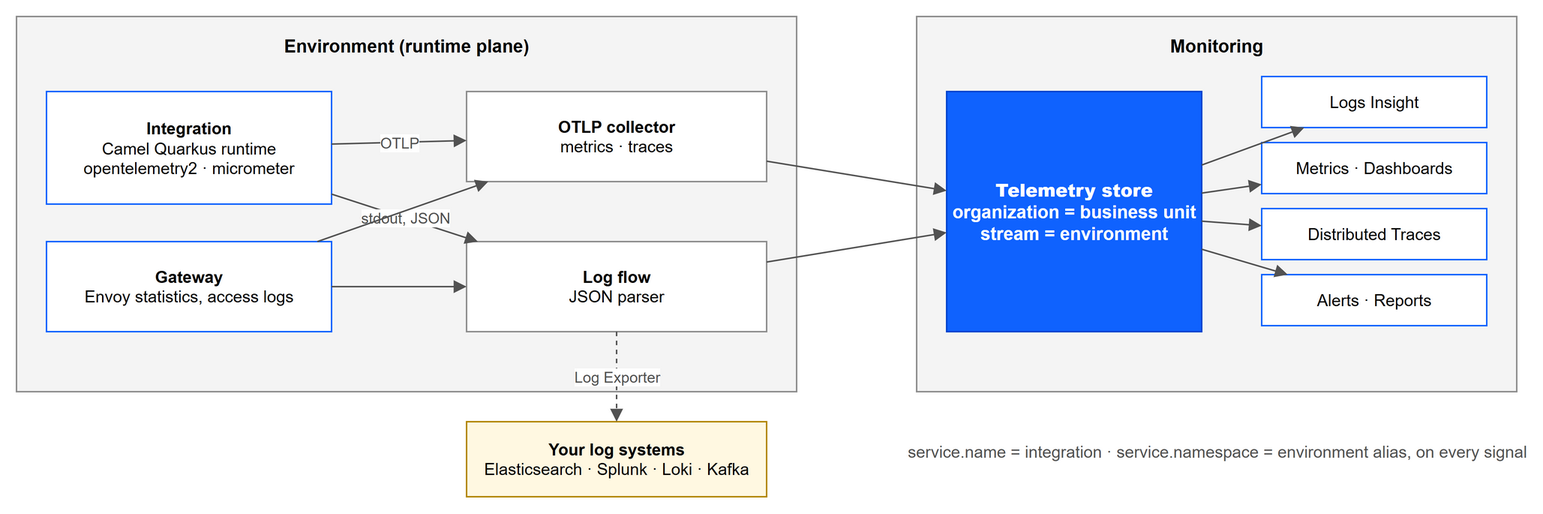
The draw.io diagram static/img/monitoring/telemetry-pipeline.drawio.png in cml-x/docs, before a commit. Source tidied: cells renumbered, new cells last; positions are measured from the earlier drawing's top-left corner, leaving out a move shared by most shapes. The source it was exported from:
```xml
<mxGraphModel>
  <root>
    <mxCell id="0" />
    <mxCell id="1" parent="0" />
    <mxCell id="2" value="Environment (runtime plane)" style="rounded=0;whiteSpace=wrap;html=1;fillColor=#f4f4f4;strokeColor=#8d8d8d;verticalAlign=top;fontSize=12;fontStyle=1;spacingTop=6;" parent="1" vertex="1">
      <mxGeometry width="520" height="250" as="geometry" />
    </mxCell>
    <mxCell id="3" value="&lt;b&gt;Integration&lt;/b&gt;&lt;br&gt;Camel Quarkus runtime&lt;br&gt;opentelemetry2 · micrometer" style="rounded=0;whiteSpace=wrap;html=1;fillColor=#ffffff;strokeColor=#0f62fe;fontSize=11;" parent="1" vertex="1">
      <mxGeometry x="20" y="50" width="190" height="75" as="geometry" />
    </mxCell>
    <mxCell id="4" value="&lt;b&gt;Gateway&lt;/b&gt;&lt;br&gt;Envoy statistics, access logs" style="rounded=0;whiteSpace=wrap;html=1;fillColor=#ffffff;strokeColor=#0f62fe;fontSize=11;" parent="1" vertex="1">
      <mxGeometry x="20" y="150" width="190" height="60" as="geometry" />
    </mxCell>
    <mxCell id="5" value="&lt;b&gt;OTLP collector&lt;/b&gt;&lt;br&gt;metrics · traces" style="rounded=0;whiteSpace=wrap;html=1;fillColor=#ffffff;strokeColor=#8d8d8d;fontSize=11;" parent="1" vertex="1">
      <mxGeometry x="300" y="50" width="200" height="60" as="geometry" />
    </mxCell>
    <mxCell id="6" value="&lt;b&gt;Log flow&lt;/b&gt;&lt;br&gt;JSON parser" style="rounded=0;whiteSpace=wrap;html=1;fillColor=#ffffff;strokeColor=#8d8d8d;fontSize=11;" parent="1" vertex="1">
      <mxGeometry x="300" y="150" width="200" height="60" as="geometry" />
    </mxCell>
    <mxCell id="7" value="Monitoring" style="rounded=0;whiteSpace=wrap;html=1;fillColor=#f4f4f4;strokeColor=#8d8d8d;verticalAlign=top;fontSize=12;fontStyle=1;spacingTop=6;" parent="1" vertex="1">
      <mxGeometry x="600" width="400" height="250" as="geometry" />
    </mxCell>
    <mxCell id="8" value="&lt;b&gt;Telemetry store&lt;/b&gt;&lt;br&gt;organization = business unit&lt;br&gt;stream = environment" style="rounded=0;whiteSpace=wrap;html=1;fillColor=#0f62fe;strokeColor=#0043ce;fontColor=#ffffff;fontSize=12;fontStyle=1;" parent="1" vertex="1">
      <mxGeometry x="620" y="50" width="170" height="160" as="geometry" />
    </mxCell>
    <mxCell id="9" value="Logs Insight" style="rounded=0;whiteSpace=wrap;html=1;fillColor=#ffffff;strokeColor=#0f62fe;fontSize=11;" parent="1" vertex="1">
      <mxGeometry x="830" y="40" width="150" height="34" as="geometry" />
    </mxCell>
    <mxCell id="10" value="Metrics · Dashboards" style="rounded=0;whiteSpace=wrap;html=1;fillColor=#ffffff;strokeColor=#0f62fe;fontSize=11;" parent="1" vertex="1">
      <mxGeometry x="830" y="84" width="150" height="34" as="geometry" />
    </mxCell>
    <mxCell id="11" value="Distributed Traces" style="rounded=0;whiteSpace=wrap;html=1;fillColor=#ffffff;strokeColor=#0f62fe;fontSize=11;" parent="1" vertex="1">
      <mxGeometry x="830" y="128" width="150" height="34" as="geometry" />
    </mxCell>
    <mxCell id="12" value="Alerts · Reports" style="rounded=0;whiteSpace=wrap;html=1;fillColor=#ffffff;strokeColor=#0f62fe;fontSize=11;" parent="1" vertex="1">
      <mxGeometry x="830" y="172" width="150" height="34" as="geometry" />
    </mxCell>
    <mxCell id="13" value="OTLP" style="endArrow=block;html=1;rounded=0;strokeColor=#525252;fontSize=10;fontColor=#525252;labelBackgroundColor=#ffffff;" parent="1" edge="1" source="3" target="5">
      <mxGeometry relative="1" as="geometry" />
    </mxCell>
    <mxCell id="14" value="stdout, JSON" style="endArrow=block;html=1;rounded=0;strokeColor=#525252;fontSize=10;fontColor=#525252;labelBackgroundColor=#ffffff;" parent="1" edge="1" source="3" target="6">
      <mxGeometry relative="1" as="geometry" />
    </mxCell>
    <mxCell id="15" style="endArrow=block;html=1;rounded=0;strokeColor=#525252;fontSize=10;fontColor=#525252;labelBackgroundColor=#ffffff;" parent="1" edge="1" source="4" target="5">
      <mxGeometry relative="1" as="geometry" />
    </mxCell>
    <mxCell id="16" style="endArrow=block;html=1;rounded=0;strokeColor=#525252;fontSize=10;fontColor=#525252;labelBackgroundColor=#ffffff;" parent="1" edge="1" source="4" target="6">
      <mxGeometry relative="1" as="geometry" />
    </mxCell>
    <mxCell id="17" style="endArrow=block;html=1;rounded=0;strokeColor=#525252;fontSize=10;fontColor=#525252;labelBackgroundColor=#ffffff;" parent="1" edge="1" source="5" target="8">
      <mxGeometry relative="1" as="geometry" />
    </mxCell>
    <mxCell id="18" style="endArrow=block;html=1;rounded=0;strokeColor=#525252;fontSize=10;fontColor=#525252;labelBackgroundColor=#ffffff;" parent="1" edge="1" source="6" target="8">
      <mxGeometry relative="1" as="geometry" />
    </mxCell>
    <mxCell id="19" style="endArrow=block;html=1;rounded=0;strokeColor=#525252;fontSize=10;fontColor=#525252;labelBackgroundColor=#ffffff;" parent="1" edge="1" source="8" target="9">
      <mxGeometry relative="1" as="geometry" />
    </mxCell>
    <mxCell id="20" style="endArrow=block;html=1;rounded=0;strokeColor=#525252;fontSize=10;fontColor=#525252;labelBackgroundColor=#ffffff;" parent="1" edge="1" source="8" target="10">
      <mxGeometry relative="1" as="geometry" />
    </mxCell>
    <mxCell id="21" style="endArrow=block;html=1;rounded=0;strokeColor=#525252;fontSize=10;fontColor=#525252;labelBackgroundColor=#ffffff;" parent="1" edge="1" source="8" target="11">
      <mxGeometry relative="1" as="geometry" />
    </mxCell>
    <mxCell id="22" style="endArrow=block;html=1;rounded=0;strokeColor=#525252;fontSize=10;fontColor=#525252;labelBackgroundColor=#ffffff;" parent="1" edge="1" source="8" target="12">
      <mxGeometry relative="1" as="geometry" />
    </mxCell>
    <mxCell id="23" value="&lt;b&gt;Your log systems&lt;/b&gt;&lt;br&gt;Elasticsearch · Splunk · Loki · Kafka" style="rounded=0;whiteSpace=wrap;html=1;fillColor=#fff8e1;strokeColor=#b28600;fontSize=11;" parent="1" vertex="1">
      <mxGeometry x="300" y="270" width="200" height="50" as="geometry" />
    </mxCell>
    <mxCell id="24" value="Log Exporter" style="endArrow=block;html=1;rounded=0;strokeColor=#525252;fontSize=10;fontColor=#525252;labelBackgroundColor=#ffffff;dashed=1;" parent="1" edge="1" source="6" target="23">
      <mxGeometry relative="1" as="geometry" />
    </mxCell>
    <mxCell id="25" value="service.name = integration · service.namespace = environment alias, on every signal" style="text;html=1;align=center;verticalAlign=middle;fontSize=11;fontColor=#525252;" parent="1" vertex="1">
      <mxGeometry x="600" y="270" width="400" height="40" as="geometry" />
    </mxCell>
  </root>
</mxGraphModel>
```
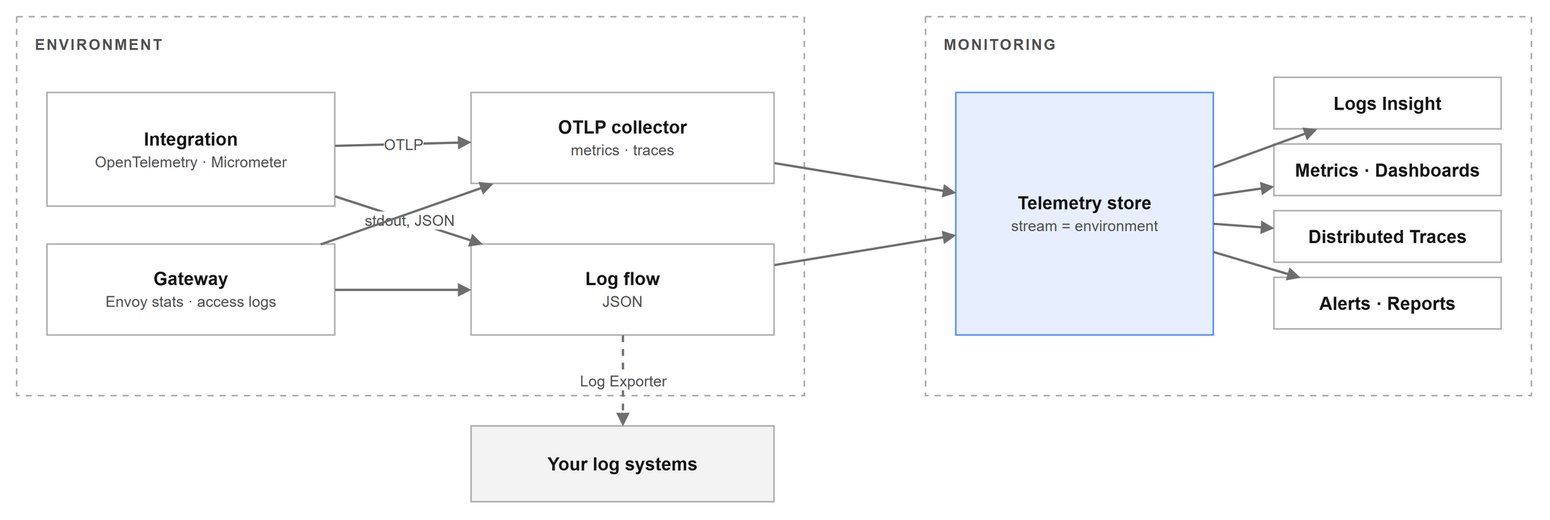
Above is the later version.

Diff of the diagram source:
```diff
@@ -1,78 +1,75 @@
-<mxGraphModel>
+<mxGraphModel background="#FFFFFF">
   <root>
     <mxCell id="0" />
     <mxCell id="1" parent="0" />
-    <mxCell id="2" value="Environment (runtime plane)" style="rounded=0;whiteSpace=wrap;html=1;fillColor=#f4f4f4;strokeColor=#8d8d8d;verticalAlign=top;fontSize=12;fontStyle=1;spacingTop=6;" parent="1" vertex="1">
+    <mxCell id="2" value="&lt;span style=&quot;font-size:10px;color:#525252;letter-spacing:1px&quot;&gt;&lt;b&gt;ENVIRONMENT&lt;/b&gt;&lt;/span&gt;" style="rounded=0;whiteSpace=wrap;html=1;strokeWidth=1;fontColor=#161616;fontSize=12;fillColor=none;strokeColor=#A8A8A8;dashed=1;dashPattern=4 4;verticalAlign=top;align=left;spacingLeft=10;spacingTop=4;" parent="1" vertex="1">
       <mxGeometry width="520" height="250" as="geometry" />
     </mxCell>
-    <mxCell id="3" value="&lt;b&gt;Integration&lt;/b&gt;&lt;br&gt;Camel Quarkus runtime&lt;br&gt;opentelemetry2 · micrometer" style="rounded=0;whiteSpace=wrap;html=1;fillColor=#ffffff;strokeColor=#0f62fe;fontSize=11;" parent="1" vertex="1">
+    <mxCell id="3" value="&lt;b&gt;Integration&lt;/b&gt;&lt;br&gt;&lt;span style=&quot;font-size:10px;color:#525252&quot;&gt;OpenTelemetry · Micrometer&lt;/span&gt;" style="rounded=0;whiteSpace=wrap;html=1;strokeWidth=1;fontColor=#161616;fontSize=12;fillColor=none;strokeColor=#8D8D8D;strokeOpacity=70;" parent="1" vertex="1">
       <mxGeometry x="20" y="50" width="190" height="75" as="geometry" />
     </mxCell>
-    <mxCell id="4" value="&lt;b&gt;Gateway&lt;/b&gt;&lt;br&gt;Envoy statistics, access logs" style="rounded=0;whiteSpace=wrap;html=1;fillColor=#ffffff;strokeColor=#0f62fe;fontSize=11;" parent="1" vertex="1">
+    <mxCell id="4" value="&lt;b&gt;Gateway&lt;/b&gt;&lt;br&gt;&lt;span style=&quot;font-size:10px;color:#525252&quot;&gt;Envoy stats · access logs&lt;/span&gt;" style="rounded=0;whiteSpace=wrap;html=1;strokeWidth=1;fontColor=#161616;fontSize=12;fillColor=none;strokeColor=#8D8D8D;strokeOpacity=70;" parent="1" vertex="1">
       <mxGeometry x="20" y="150" width="190" height="60" as="geometry" />
     </mxCell>
-    <mxCell id="5" value="&lt;b&gt;OTLP collector&lt;/b&gt;&lt;br&gt;metrics · traces" style="rounded=0;whiteSpace=wrap;html=1;fillColor=#ffffff;strokeColor=#8d8d8d;fontSize=11;" parent="1" vertex="1">
+    <mxCell id="5" value="&lt;b&gt;OTLP collector&lt;/b&gt;&lt;br&gt;&lt;span style=&quot;font-size:10px;color:#525252&quot;&gt;metrics · traces&lt;/span&gt;" style="rounded=0;whiteSpace=wrap;html=1;strokeWidth=1;fontColor=#161616;fontSize=12;fillColor=none;strokeColor=#8D8D8D;strokeOpacity=70;" parent="1" vertex="1">
       <mxGeometry x="300" y="50" width="200" height="60" as="geometry" />
     </mxCell>
-    <mxCell id="6" value="&lt;b&gt;Log flow&lt;/b&gt;&lt;br&gt;JSON parser" style="rounded=0;whiteSpace=wrap;html=1;fillColor=#ffffff;strokeColor=#8d8d8d;fontSize=11;" parent="1" vertex="1">
+    <mxCell id="6" value="&lt;b&gt;Log flow&lt;/b&gt;&lt;br&gt;&lt;span style=&quot;font-size:10px;color:#525252&quot;&gt;JSON&lt;/span&gt;" style="rounded=0;whiteSpace=wrap;html=1;strokeWidth=1;fontColor=#161616;fontSize=12;fillColor=none;strokeColor=#8D8D8D;strokeOpacity=70;" parent="1" vertex="1">
       <mxGeometry x="300" y="150" width="200" height="60" as="geometry" />
     </mxCell>
-    <mxCell id="7" value="Monitoring" style="rounded=0;whiteSpace=wrap;html=1;fillColor=#f4f4f4;strokeColor=#8d8d8d;verticalAlign=top;fontSize=12;fontStyle=1;spacingTop=6;" parent="1" vertex="1">
+    <mxCell id="7" value="&lt;span style=&quot;font-size:10px;color:#525252;letter-spacing:1px&quot;&gt;&lt;b&gt;MONITORING&lt;/b&gt;&lt;/span&gt;" style="rounded=0;whiteSpace=wrap;html=1;strokeWidth=1;fontColor=#161616;fontSize=12;fillColor=none;strokeColor=#A8A8A8;dashed=1;dashPattern=4 4;verticalAlign=top;align=left;spacingLeft=10;spacingTop=4;" parent="1" vertex="1">
       <mxGeometry x="600" width="400" height="250" as="geometry" />
     </mxCell>
-    <mxCell id="8" value="&lt;b&gt;Telemetry store&lt;/b&gt;&lt;br&gt;organization = business unit&lt;br&gt;stream = environment" style="rounded=0;whiteSpace=wrap;html=1;fillColor=#0f62fe;strokeColor=#0043ce;fontColor=#ffffff;fontSize=12;fontStyle=1;" parent="1" vertex="1">
+    <mxCell id="8" value="&lt;b&gt;Telemetry store&lt;/b&gt;&lt;br&gt;&lt;span style=&quot;font-size:10px;color:#525252&quot;&gt;stream = environment&lt;/span&gt;" style="rounded=0;whiteSpace=wrap;html=1;strokeWidth=1;fontColor=#161616;fontSize=12;fillColor=#0F62FE;fillOpacity=10;strokeColor=#0F62FE;strokeOpacity=70;" parent="1" vertex="1">
       <mxGeometry x="620" y="50" width="170" height="160" as="geometry" />
     </mxCell>
-    <mxCell id="9" value="Logs Insight" style="rounded=0;whiteSpace=wrap;html=1;fillColor=#ffffff;strokeColor=#0f62fe;fontSize=11;" parent="1" vertex="1">
+    <mxCell id="9" value="&lt;b&gt;Logs Insight&lt;/b&gt;" style="rounded=0;whiteSpace=wrap;html=1;strokeWidth=1;fontColor=#161616;fontSize=12;fillColor=none;strokeColor=#8D8D8D;strokeOpacity=70;" parent="1" vertex="1">
       <mxGeometry x="830" y="40" width="150" height="34" as="geometry" />
     </mxCell>
-    <mxCell id="10" value="Metrics · Dashboards" style="rounded=0;whiteSpace=wrap;html=1;fillColor=#ffffff;strokeColor=#0f62fe;fontSize=11;" parent="1" vertex="1">
+    <mxCell id="10" value="&lt;b&gt;Metrics · Dashboards&lt;/b&gt;" style="rounded=0;whiteSpace=wrap;html=1;strokeWidth=1;fontColor=#161616;fontSize=12;fillColor=none;strokeColor=#8D8D8D;strokeOpacity=70;" parent="1" vertex="1">
       <mxGeometry x="830" y="84" width="150" height="34" as="geometry" />
     </mxCell>
-    <mxCell id="11" value="Distributed Traces" style="rounded=0;whiteSpace=wrap;html=1;fillColor=#ffffff;strokeColor=#0f62fe;fontSize=11;" parent="1" vertex="1">
+    <mxCell id="11" value="&lt;b&gt;Distributed Traces&lt;/b&gt;" style="rounded=0;whiteSpace=wrap;html=1;strokeWidth=1;fontColor=#161616;fontSize=12;fillColor=none;strokeColor=#8D8D8D;strokeOpacity=70;" parent="1" vertex="1">
       <mxGeometry x="830" y="128" width="150" height="34" as="geometry" />
     </mxCell>
-    <mxCell id="12" value="Alerts · Reports" style="rounded=0;whiteSpace=wrap;html=1;fillColor=#ffffff;strokeColor=#0f62fe;fontSize=11;" parent="1" vertex="1">
+    <mxCell id="12" value="&lt;b&gt;Alerts · Reports&lt;/b&gt;" style="rounded=0;whiteSpace=wrap;html=1;strokeWidth=1;fontColor=#161616;fontSize=12;fillColor=none;strokeColor=#8D8D8D;strokeOpacity=70;" parent="1" vertex="1">
       <mxGeometry x="830" y="172" width="150" height="34" as="geometry" />
     </mxCell>
-    <mxCell id="13" value="OTLP" style="endArrow=block;html=1;rounded=0;strokeColor=#525252;fontSize=10;fontColor=#525252;labelBackgroundColor=#ffffff;" parent="1" edge="1" source="3" target="5">
+    <mxCell id="13" value="OTLP" style="endArrow=block;html=1;rounded=0;strokeColor=#6F6F6F;fontSize=10;fontColor=#525252;labelBackgroundColor=#FFFFFF;strokeWidth=1.5;endSize=5;" parent="1" edge="1" source="3" target="5">
       <mxGeometry relative="1" as="geometry" />
     </mxCell>
-    <mxCell id="14" value="stdout, JSON" style="endArrow=block;html=1;rounded=0;strokeColor=#525252;fontSize=10;fontColor=#525252;labelBackgroundColor=#ffffff;" parent="1" edge="1" source="3" target="6">
+    <mxCell id="14" value="stdout, JSON" style="endArrow=block;html=1;rounded=0;strokeColor=#6F6F6F;fontSize=10;fontColor=#525252;labelBackgroundColor=#FFFFFF;strokeWidth=1.5;endSize=5;" parent="1" edge="1" source="3" target="6">
       <mxGeometry relative="1" as="geometry" />
     </mxCell>
-    <mxCell id="15" style="endArrow=block;html=1;rounded=0;strokeColor=#525252;fontSize=10;fontColor=#525252;labelBackgroundColor=#ffffff;" parent="1" edge="1" source="4" target="5">
+    <mxCell id="15" style="endArrow=block;html=1;rounded=0;strokeColor=#6F6F6F;fontSize=10;fontColor=#525252;labelBackgroundColor=#FFFFFF;strokeWidth=1.5;endSize=5;" parent="1" edge="1" source="4" target="5">
       <mxGeometry relative="1" as="geometry" />
     </mxCell>
-    <mxCell id="16" style="endArrow=block;html=1;rounded=0;strokeColor=#525252;fontSize=10;fontColor=#525252;labelBackgroundColor=#ffffff;" parent="1" edge="1" source="4" target="6">
+    <mxCell id="16" style="endArrow=block;html=1;rounded=0;strokeColor=#6F6F6F;fontSize=10;fontColor=#525252;labelBackgroundColor=#FFFFFF;strokeWidth=1.5;endSize=5;" parent="1" edge="1" source="4" target="6">
       <mxGeometry relative="1" as="geometry" />
     </mxCell>
-    <mxCell id="17" style="endArrow=block;html=1;rounded=0;strokeColor=#525252;fontSize=10;fontColor=#525252;labelBackgroundColor=#ffffff;" parent="1" edge="1" source="5" target="8">
+    <mxCell id="17" style="endArrow=block;html=1;rounded=0;strokeColor=#6F6F6F;fontSize=10;fontColor=#525252;labelBackgroundColor=#FFFFFF;strokeWidth=1.5;endSize=5;" parent="1" edge="1" source="5" target="8">
       <mxGeometry relative="1" as="geometry" />
     </mxCell>
-    <mxCell id="18" style="endArrow=block;html=1;rounded=0;strokeColor=#525252;fontSize=10;fontColor=#525252;labelBackgroundColor=#ffffff;" parent="1" edge="1" source="6" target="8">
+    <mxCell id="18" style="endArrow=block;html=1;rounded=0;strokeColor=#6F6F6F;fontSize=10;fontColor=#525252;labelBackgroundColor=#FFFFFF;strokeWidth=1.5;endSize=5;" parent="1" edge="1" source="6" target="8">
       <mxGeometry relative="1" as="geometry" />
     </mxCell>
-    <mxCell id="19" style="endArrow=block;html=1;rounded=0;strokeColor=#525252;fontSize=10;fontColor=#525252;labelBackgroundColor=#ffffff;" parent="1" edge="1" source="8" target="9">
+    <mxCell id="19" style="endArrow=block;html=1;rounded=0;strokeColor=#6F6F6F;fontSize=10;fontColor=#525252;labelBackgroundColor=#FFFFFF;strokeWidth=1.5;endSize=5;" parent="1" edge="1" source="8" target="9">
       <mxGeometry relative="1" as="geometry" />
     </mxCell>
-    <mxCell id="20" style="endArrow=block;html=1;rounded=0;strokeColor=#525252;fontSize=10;fontColor=#525252;labelBackgroundColor=#ffffff;" parent="1" edge="1" source="8" target="10">
+    <mxCell id="20" style="endArrow=block;html=1;rounded=0;strokeColor=#6F6F6F;fontSize=10;fontColor=#525252;labelBackgroundColor=#FFFFFF;strokeWidth=1.5;endSize=5;" parent="1" edge="1" source="8" target="10">
       <mxGeometry relative="1" as="geometry" />
     </mxCell>
-    <mxCell id="21" style="endArrow=block;html=1;rounded=0;strokeColor=#525252;fontSize=10;fontColor=#525252;labelBackgroundColor=#ffffff;" parent="1" edge="1" source="8" target="11">
+    <mxCell id="21" style="endArrow=block;html=1;rounded=0;strokeColor=#6F6F6F;fontSize=10;fontColor=#525252;labelBackgroundColor=#FFFFFF;strokeWidth=1.5;endSize=5;" parent="1" edge="1" source="8" target="11">
       <mxGeometry relative="1" as="geometry" />
     </mxCell>
-    <mxCell id="22" style="endArrow=block;html=1;rounded=0;strokeColor=#525252;fontSize=10;fontColor=#525252;labelBackgroundColor=#ffffff;" parent="1" edge="1" source="8" target="12">
+    <mxCell id="22" style="endArrow=block;html=1;rounded=0;strokeColor=#6F6F6F;fontSize=10;fontColor=#525252;labelBackgroundColor=#FFFFFF;strokeWidth=1.5;endSize=5;" parent="1" edge="1" source="8" target="12">
       <mxGeometry relative="1" as="geometry" />
     </mxCell>
-    <mxCell id="23" value="&lt;b&gt;Your log systems&lt;/b&gt;&lt;br&gt;Elasticsearch · Splunk · Loki · Kafka" style="rounded=0;whiteSpace=wrap;html=1;fillColor=#fff8e1;strokeColor=#b28600;fontSize=11;" parent="1" vertex="1">
+    <mxCell id="23" value="&lt;b&gt;Your log systems&lt;/b&gt;" style="rounded=0;whiteSpace=wrap;html=1;strokeWidth=1;fontColor=#161616;fontSize=12;fillColor=#161616;fillOpacity=5;strokeColor=#8D8D8D;strokeOpacity=70;" parent="1" vertex="1">
       <mxGeometry x="300" y="270" width="200" height="50" as="geometry" />
     </mxCell>
-    <mxCell id="24" value="Log Exporter" style="endArrow=block;html=1;rounded=0;strokeColor=#525252;fontSize=10;fontColor=#525252;labelBackgroundColor=#ffffff;dashed=1;" parent="1" edge="1" source="6" target="23">
+    <mxCell id="24" value="Log Exporter" style="endArrow=block;html=1;rounded=0;strokeColor=#6F6F6F;fontSize=10;fontColor=#525252;labelBackgroundColor=#FFFFFF;dashed=1;strokeWidth=1.5;endSize=5;" parent="1" edge="1" source="6" target="23">
       <mxGeometry relative="1" as="geometry" />
     </mxCell>
-    <mxCell id="25" value="service.name = integration · service.namespace = environment alias, on every signal" style="text;html=1;align=center;verticalAlign=middle;fontSize=11;fontColor=#525252;" parent="1" vertex="1">
-      <mxGeometry x="600" y="270" width="400" height="40" as="geometry" />
-    </mxCell>
   </root>
 </mxGraphModel>
```
